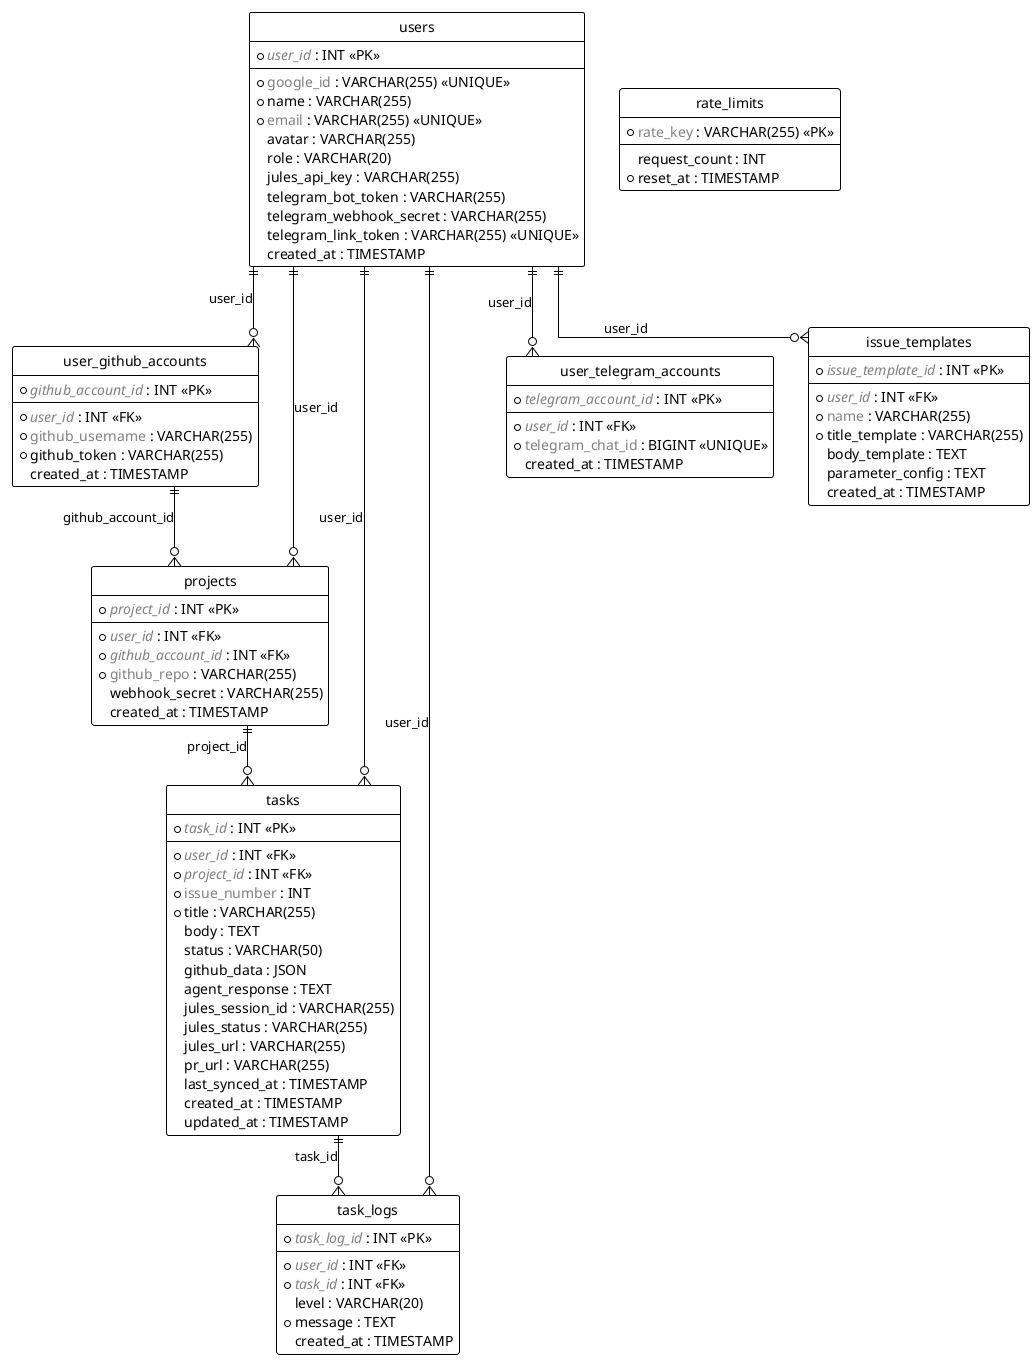
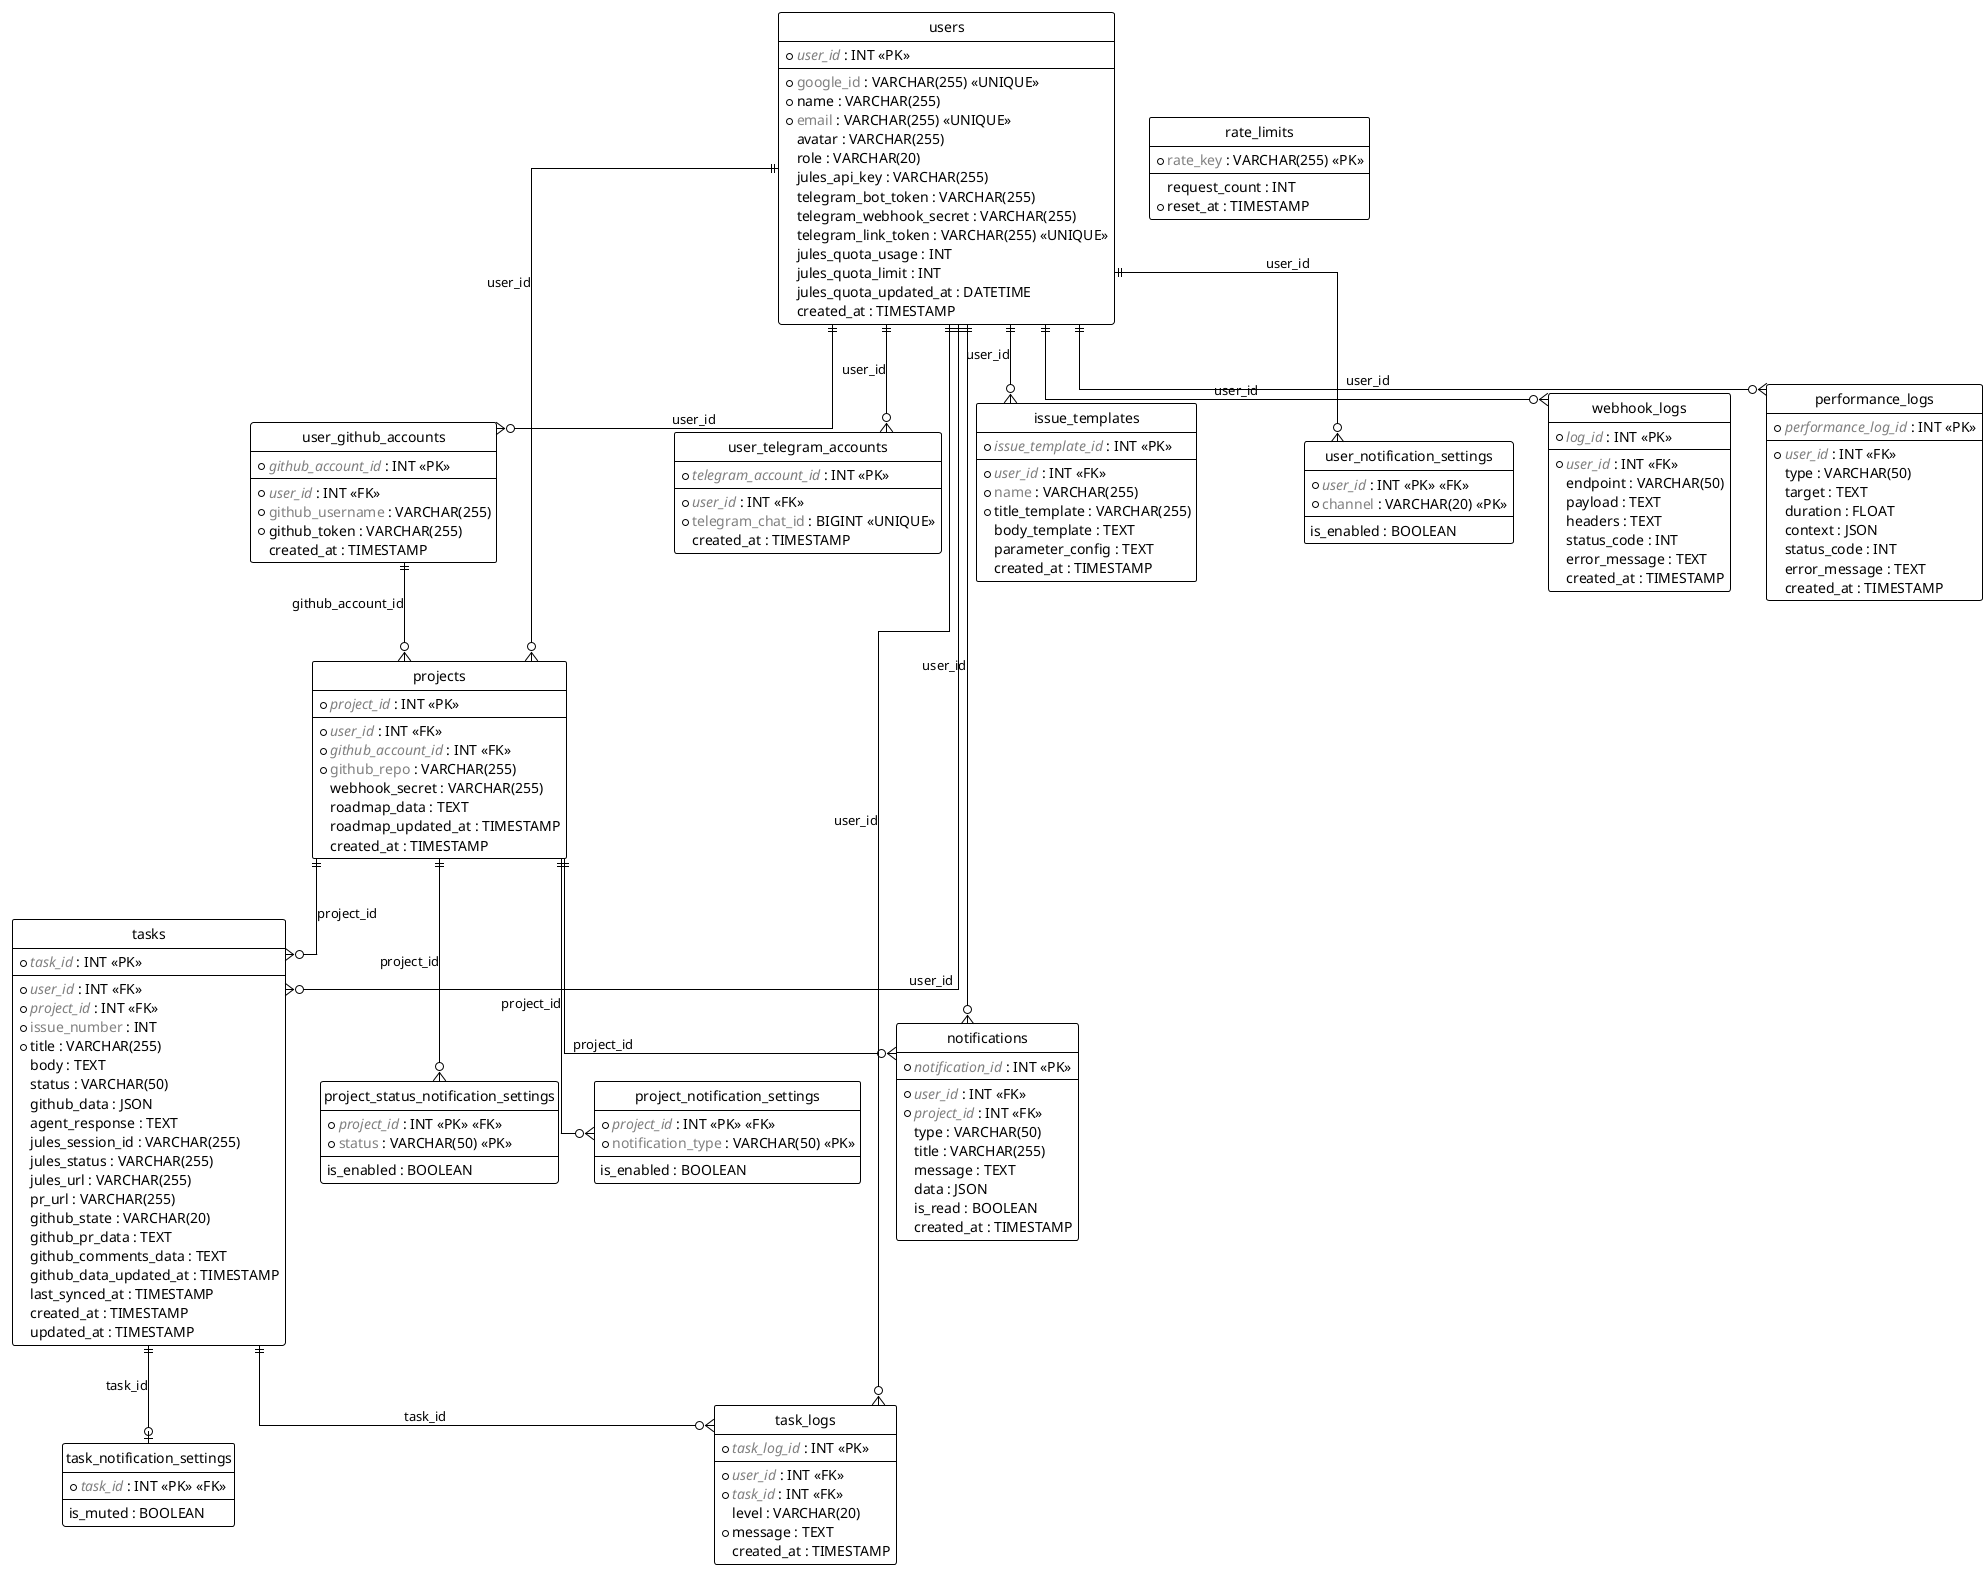
@startuml
!theme plain
hide circle
skinparam linetype ortho

entity "users" {
  * <color:grey><i>user_id</i></color> : INT <<PK>>
  --
  * <color:grey>google_id</color> : VARCHAR(255) <<UNIQUE>>
  * name : VARCHAR(255)
  * <color:grey>email</color> : VARCHAR(255) <<UNIQUE>>
  avatar : VARCHAR(255)
  role : VARCHAR(20)
  jules_api_key : VARCHAR(255)
  telegram_bot_token : VARCHAR(255)
  telegram_webhook_secret : VARCHAR(255)
  telegram_link_token : VARCHAR(255) <<UNIQUE>>
+   jules_quota_usage : INT
+   jules_quota_limit : INT
+   jules_quota_updated_at : DATETIME
  created_at : TIMESTAMP
}

entity "user_github_accounts" {
  * <color:grey><i>github_account_id</i></color> : INT <<PK>>
  --
  * <color:grey><i>user_id</i></color> : INT <<FK>>
  * <color:grey>github_username</color> : VARCHAR(255)
  * github_token : VARCHAR(255)
  created_at : TIMESTAMP
}

entity "projects" {
  * <color:grey><i>project_id</i></color> : INT <<PK>>
  --
  * <color:grey><i>user_id</i></color> : INT <<FK>>
  * <color:grey><i>github_account_id</i></color> : INT <<FK>>
  * <color:grey>github_repo</color> : VARCHAR(255)
  webhook_secret : VARCHAR(255)
+   roadmap_data : TEXT
+   roadmap_updated_at : TIMESTAMP
  created_at : TIMESTAMP
}

entity "tasks" {
  * <color:grey><i>task_id</i></color> : INT <<PK>>
  --
  * <color:grey><i>user_id</i></color> : INT <<FK>>
  * <color:grey><i>project_id</i></color> : INT <<FK>>
  * <color:grey>issue_number</color> : INT
  * title : VARCHAR(255)
  body : TEXT
  status : VARCHAR(50)
  github_data : JSON
  agent_response : TEXT
  jules_session_id : VARCHAR(255)
  jules_status : VARCHAR(255)
  jules_url : VARCHAR(255)
  pr_url : VARCHAR(255)
+   github_state : VARCHAR(20)
+   github_pr_data : TEXT
+   github_comments_data : TEXT
+   github_data_updated_at : TIMESTAMP
  last_synced_at : TIMESTAMP
  created_at : TIMESTAMP
  updated_at : TIMESTAMP
}

entity "task_logs" {
  * <color:grey><i>task_log_id</i></color> : INT <<PK>>
  --
  * <color:grey><i>user_id</i></color> : INT <<FK>>
  * <color:grey><i>task_id</i></color> : INT <<FK>>
  level : VARCHAR(20)
  * message : TEXT
  created_at : TIMESTAMP
}

entity "rate_limits" {
  * <color:grey>rate_key</color> : VARCHAR(255) <<PK>>
  --
  request_count : INT
  * reset_at : TIMESTAMP
}

entity "user_telegram_accounts" {
  * <color:grey><i>telegram_account_id</i></color> : INT <<PK>>
  --
  * <color:grey><i>user_id</i></color> : INT <<FK>>
  * <color:grey>telegram_chat_id</color> : BIGINT <<UNIQUE>>
  created_at : TIMESTAMP
}

entity "issue_templates" {
  * <color:grey><i>issue_template_id</i></color> : INT <<PK>>
  --
  * <color:grey><i>user_id</i></color> : INT <<FK>>
  * <color:grey>name</color> : VARCHAR(255)
  * title_template : VARCHAR(255)
  body_template : TEXT
  parameter_config : TEXT
  created_at : TIMESTAMP
}

+ entity "notifications" {
+   * <color:grey><i>notification_id</i></color> : INT <<PK>>
+   --
+   * <color:grey><i>user_id</i></color> : INT <<FK>>
+   * <color:grey><i>project_id</i></color> : INT <<FK>>
+   type : VARCHAR(50)
+   title : VARCHAR(255)
+   message : TEXT
+   data : JSON
+   is_read : BOOLEAN
+   created_at : TIMESTAMP
+ }
+ 
+ entity "user_notification_settings" {
+   * <color:grey><i>user_id</i></color> : INT <<PK>> <<FK>>
+   * <color:grey>channel</color> : VARCHAR(20) <<PK>>
+   --
+   is_enabled : BOOLEAN
+ }
+ 
+ entity "project_notification_settings" {
+   * <color:grey><i>project_id</i></color> : INT <<PK>> <<FK>>
+   * <color:grey>notification_type</color> : VARCHAR(50) <<PK>>
+   --
+   is_enabled : BOOLEAN
+ }
+ 
+ entity "task_notification_settings" {
+   * <color:grey><i>task_id</i></color> : INT <<PK>> <<FK>>
+   --
+   is_muted : BOOLEAN
+ }
+ 
+ entity "project_status_notification_settings" {
+   * <color:grey><i>project_id</i></color> : INT <<PK>> <<FK>>
+   * <color:grey>status</color> : VARCHAR(50) <<PK>>
+   --
+   is_enabled : BOOLEAN
+ }
+ 
+ entity "webhook_logs" {
+   * <color:grey><i>log_id</i></color> : INT <<PK>>
+   --
+   * <color:grey><i>user_id</i></color> : INT <<FK>>
+   endpoint : VARCHAR(50)
+   payload : TEXT
+   headers : TEXT
+   status_code : INT
+   error_message : TEXT
+   created_at : TIMESTAMP
+ }
+ 
+ entity "performance_logs" {
+   * <color:grey><i>performance_log_id</i></color> : INT <<PK>>
+   --
+   * <color:grey><i>user_id</i></color> : INT <<FK>>
+   type : VARCHAR(50)
+   target : TEXT
+   duration : FLOAT
+   context : JSON
+   status_code : INT
+   error_message : TEXT
+   created_at : TIMESTAMP
+ }
+ 
users ||--o{ user_github_accounts : "user_id"
users ||--o{ projects : "user_id"
users ||--o{ tasks : "user_id"
users ||--o{ task_logs : "user_id"
users ||--o{ user_telegram_accounts : "user_id"
users ||--o{ issue_templates : "user_id"
+ users ||--o{ notifications : "user_id"
+ users ||--o{ user_notification_settings : "user_id"
+ users ||--o{ webhook_logs : "user_id"
+ users ||--o{ performance_logs : "user_id"
user_github_accounts ||--o{ projects : "github_account_id"
projects ||--o{ tasks : "project_id"
+ projects ||--o{ notifications : "project_id"
+ projects ||--o{ project_notification_settings : "project_id"
+ projects ||--o{ project_status_notification_settings : "project_id"
tasks ||--o{ task_logs : "task_id"
+ tasks ||--o| task_notification_settings : "task_id"

@enduml
